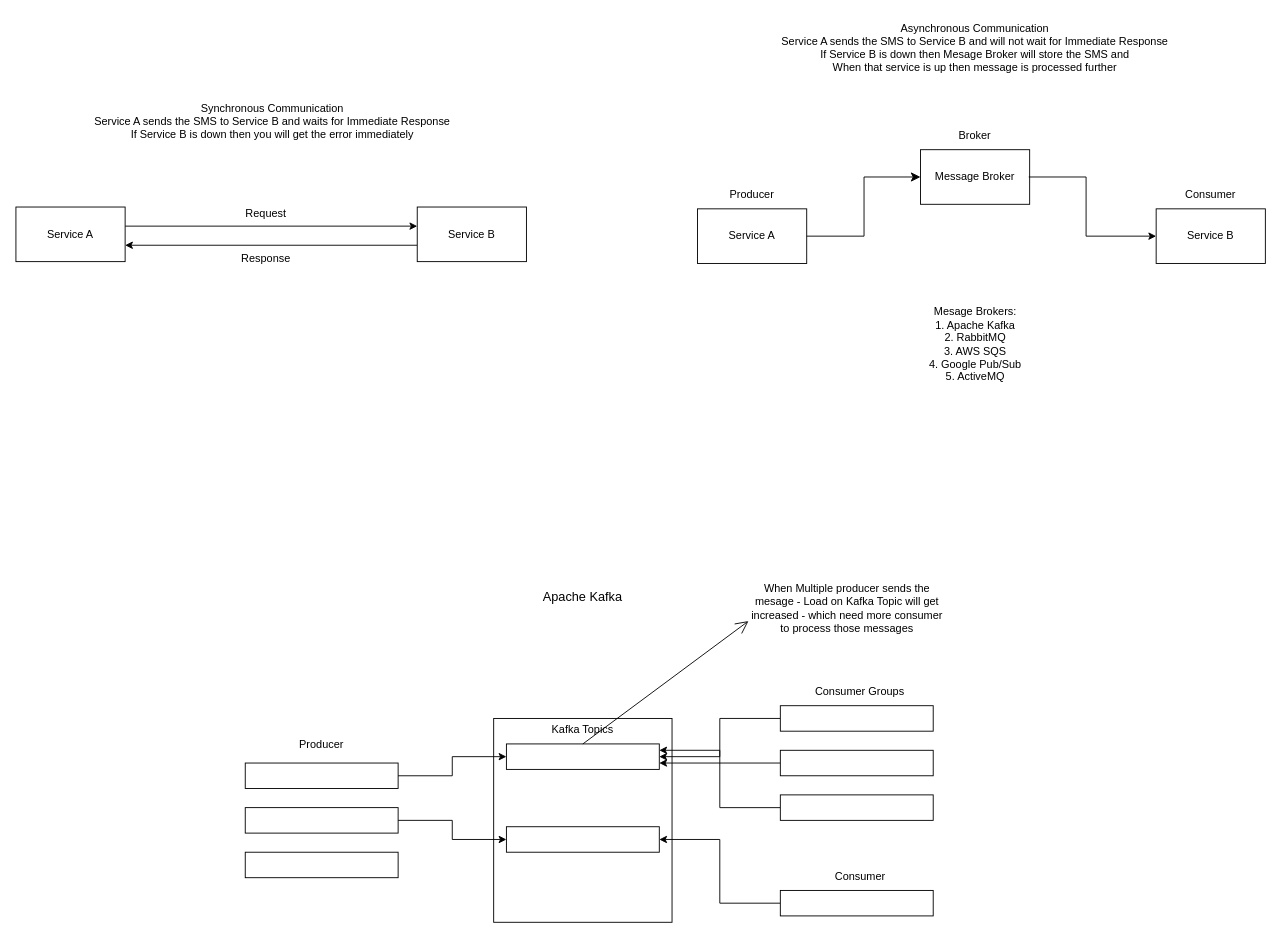
Above: page "ServiceComm" (1 of 2) of Service-Communication.drawio in mahesh1105/DrawIO-Designs (draw.io), before the change. Source tidied: cells renumbered, new cells numbered last; positions are measured from the earlier drawing's top-left corner, leaving out a move shared by most shapes. Both pictures are drawn from the tidied source at 91%, with x=0, y=0 at pixel (15, 15).
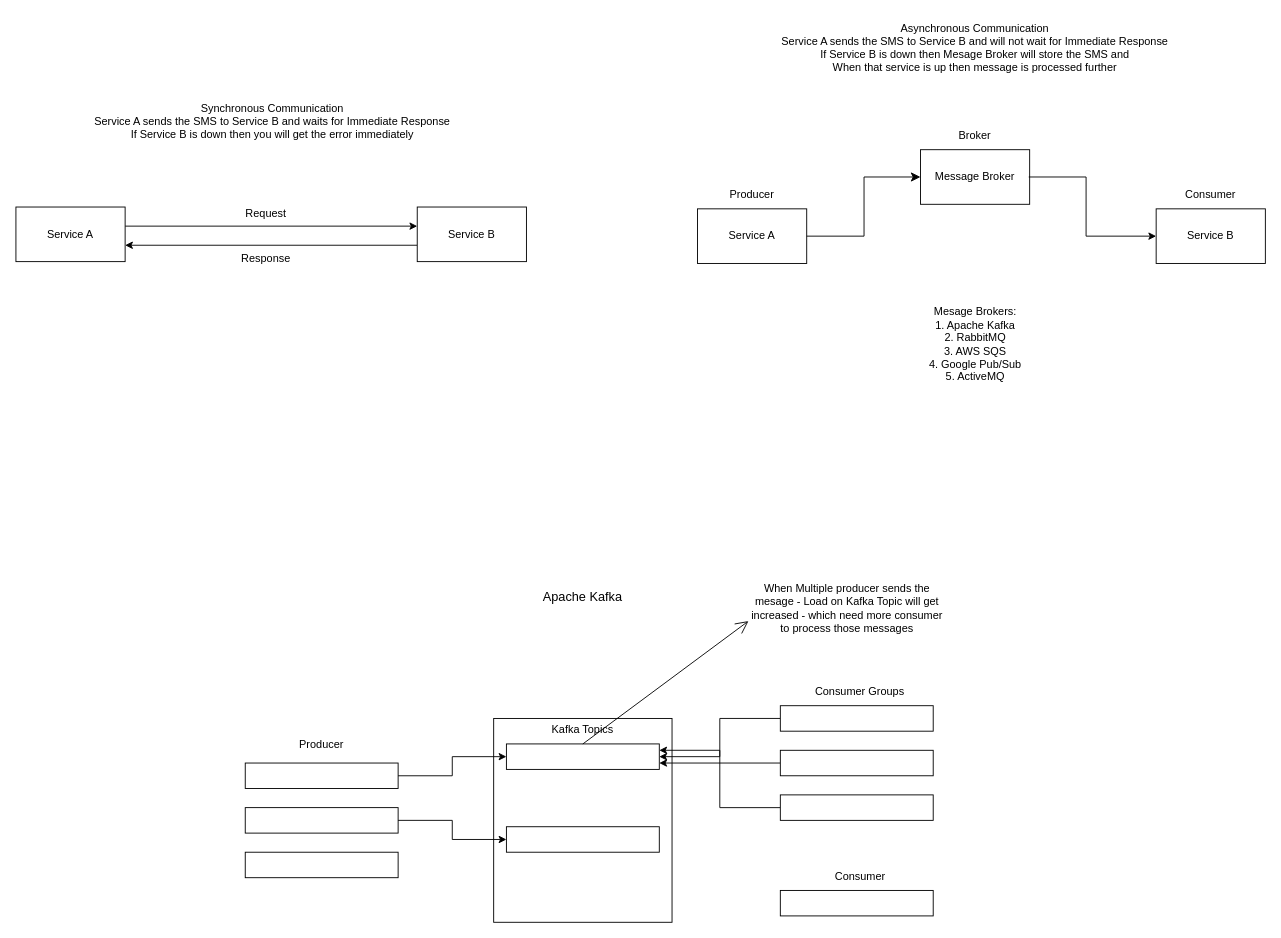
After the change.

The change refers to these unchanged cells:
```xml
<mxCell id="25" style="rounded=0;whiteSpace=wrap;html=1;" parent="1" vertex="1">
  <mxGeometry x="539" y="891" width="168" height="28" as="geometry" />
</mxCell>
<mxCell id="33" style="rounded=0;whiteSpace=wrap;html=1;" parent="1" vertex="1">
  <mxGeometry x="840" y="961" width="168" height="28" as="geometry" />
</mxCell>
```

Change to the diagram source:
```diff
@@
-    <mxCell id="32" style="edgeStyle=orthogonalEdgeStyle;rounded=0;jettySize=auto;html=1;exitX=0;exitY=0.5;exitDx=0;exitDy=0;entryX=1;entryY=0.5;entryDx=0;entryDy=0;" parent="1" edge="1" source="33" target="25">
-      <mxGeometry relative="1" as="geometry" />
-    </mxCell>
```
